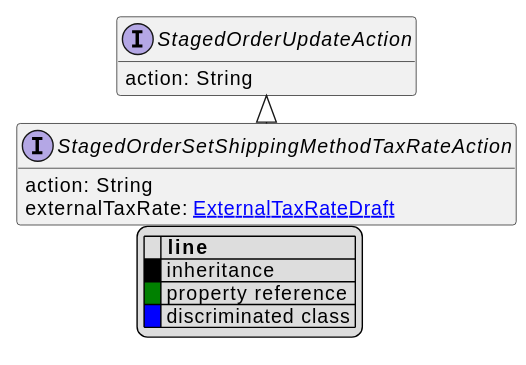
commercetools/commercetools-api-reference keeps this PlantUML diagram as uml/api/svg/StagedOrderSetShippingMethodTaxRateAction.svg. Above is the earlier version. Source of this version:
```plantuml
@startuml
!pragma layout elk
hide empty fields
hide empty methods
legend
|= |= line |
|<back:black>   </back>| inheritance |
|<back:green>   </back>| property reference |
|<back:blue>   </back>| discriminated class |
endlegend
interface StagedOrderSetShippingMethodTaxRateAction [[StagedOrderSetShippingMethodTaxRateAction.svg]] extends StagedOrderUpdateAction {
    action: String
    externalTaxRate: [[ExternalTaxRateDraft.svg ExternalTaxRateDraft]]
}
interface StagedOrderUpdateAction [[StagedOrderUpdateAction.svg]]  {
    action: String
}





@enduml
```
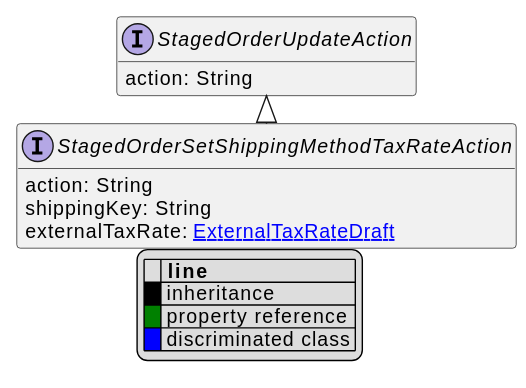
Later version of the same file.

Change to the diagram source:
```diff
@@ -10,6 +10,7 @@
 endlegend
 interface StagedOrderSetShippingMethodTaxRateAction [[StagedOrderSetShippingMethodTaxRateAction.svg]] extends StagedOrderUpdateAction {
     action: String
+    shippingKey: String
     externalTaxRate: [[ExternalTaxRateDraft.svg ExternalTaxRateDraft]]
 }
 interface StagedOrderUpdateAction [[StagedOrderUpdateAction.svg]]  {
```
